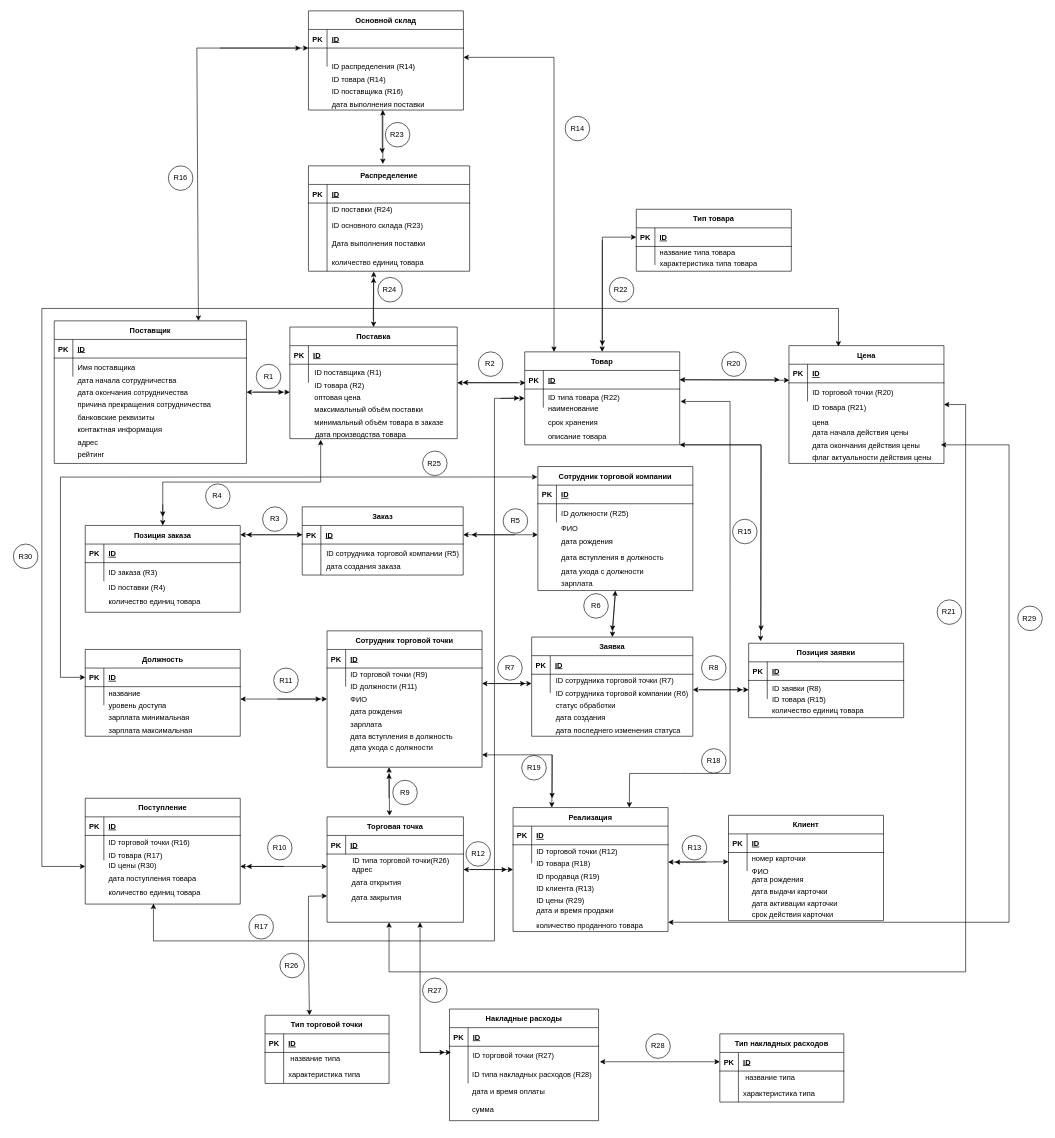
Earlier version of the draw.io diagram docs/diagrams/ER.drawio (Wact/nstu-fami-7semester-dbes-project). Source tidied: cells renumbered, new cells numbered last; positions are measured from the earlier drawing's top-left corner, leaving out a move shared by most shapes. Both pictures are drawn from the tidied source at 62%, with x=0, y=0 at pixel (11, 11).
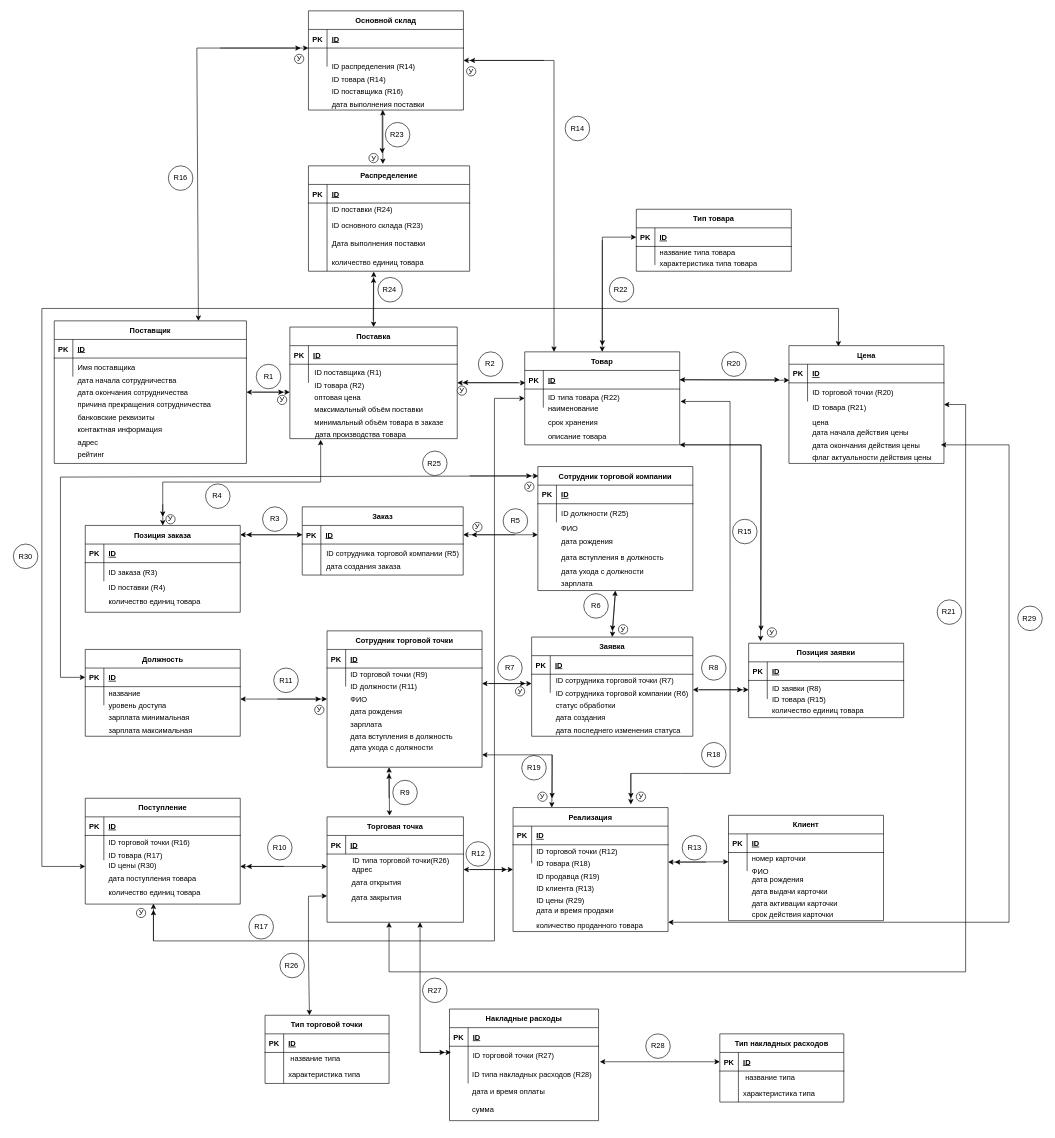
The same diagram, later.

Unchanged cells that the change refers to:
```xml
<mxCell id="3" value="Товар" style="shape=table;startSize=30;childLayout=tableLayout;rowLines=0;fontStyle=1;align=center;" parent="2" vertex="1">
  <mxGeometry width="250" height="150" as="geometry" />
</mxCell>
<mxCell id="60" value="Сотрудник торговой компании" style="shape=table;startSize=30;childLayout=tableLayout;rowLines=0;fontStyle=1;align=center;" parent="59" vertex="1">
  <mxGeometry width="250" height="200" as="geometry" />
</mxCell>
<mxCell id="158" style="shape=partialRectangle;fillColor=none;points=[[0,0.5],[1,0.5]];portConstraint=eastwest;top=0;left=0;right=0;bottom=1;" parent="157" vertex="1">
  <mxGeometry y="30" width="250" height="30" as="geometry" />
</mxCell>
<mxCell id="171" style="group;" parent="1" vertex="1">
  <mxGeometry x="120" y="1270" width="250" height="252.5" as="geometry" />
</mxCell>
<mxCell id="187" value="Реализация" style="shape=table;startSize=30;childLayout=tableLayout;rowLines=0;fontStyle=1;align=center;" parent="186" vertex="1">
  <mxGeometry width="250" height="200" as="geometry" />
</mxCell>
<mxCell id="311" style="shape=partialRectangle;fillColor=none;points=[[0,0.5],[1,0.5]];portConstraint=eastwest;top=0;left=0;right=0;bottom=0;" parent="307" vertex="1">
  <mxGeometry y="60" width="250" height="30" as="geometry" />
</mxCell>
```

The edit, as a diff of the source:
```diff
@@
+    <mxCell id="419" value="У" style="ellipse;whiteSpace=wrap;html=1;" parent="171" vertex="1">
+      <mxGeometry x="82.5" y="177.5" width="15" height="15" as="geometry" />
+    </mxCell>
@@
-    <mxCell id="260" style="endArrow=classic;startArrow=classic;html=1;rounded=0;entryX=1;entryY=0.5;entryDx=0;entryDy=0;exitX=0.189;exitY=0;exitDx=0;exitDy=0;exitPerimeter=0;" parent="1" edge="1" source="3" target="311">
+    <mxCell id="260" style="endArrow=classic;startArrow=classic;html=1;rounded=0;exitX=0.189;exitY=0;exitDx=0;exitDy=0;exitPerimeter=0;" parent="1" edge="1" source="3">
       <mxGeometry relative="1" as="geometry">
+        <mxPoint x="730" y="80" as="targetPoint" />
         <Array as="points">
-          <mxPoint x="876" y="75" />
+          <mxPoint x="876" y="80" />
         </Array>
       </mxGeometry>
     </mxCell>
@@
-    <mxCell id="265" style="endArrow=classic;startArrow=classic;html=1;rounded=0;exitX=0.75;exitY=0;exitDx=0;exitDy=0;" parent="1" edge="1" source="187">
+    <mxCell id="265" style="endArrow=classic;startArrow=classic;html=1;rounded=0;" parent="1" edge="1">
       <mxGeometry relative="1" as="geometry">
+        <mxPoint x="1000" y="1280" as="sourcePoint" />
         <mxPoint x="1080" y="630" as="targetPoint" />
         <Array as="points">
-          <mxPoint x="998" y="1230" />
+          <mxPoint x="1000" y="1230" />
           <mxPoint x="1080" y="1230" />
           <mxPoint x="1160" y="1230" />
           <mxPoint x="1160" y="930" />
           <mxPoint x="1160" y="630" />
         </Array>
       </mxGeometry>
     </mxCell>
     <mxCell id="266" style="group;" parent="1" vertex="1">
-      <mxGeometry x="1110" y="1190" width="47.5" height="40" as="geometry" />
+      <mxGeometry x="1110" y="1180" width="47.5" height="40" as="geometry" />
     </mxCell>
@@
-    <mxCell id="277" style="endArrow=classic;html=1;rounded=0;" parent="1" edge="1">
-      <mxGeometry relative="1" as="geometry">
-        <mxPoint x="790" y="625" as="sourcePoint" />
-        <mxPoint x="820" y="624.5" as="targetPoint" />
-      </mxGeometry>
-    </mxCell>
@@
-    <mxCell id="393" style="endArrow=classic;startArrow=classic;html=1;rounded=0;exitX=0;exitY=0.5;exitDx=0;exitDy=0;entryX=-0.003;entryY=0.084;entryDx=0;entryDy=0;entryPerimeter=0;" parent="1" edge="1" source="158" target="60">
+    <mxCell id="393" style="endArrow=classic;startArrow=classic;html=1;rounded=0;exitX=0;exitY=0.5;exitDx=0;exitDy=0;entryX=0.003;entryY=0.076;entryDx=0;entryDy=0;entryPerimeter=0;" parent="1" edge="1" source="158" target="60">
       <mxGeometry relative="1" as="geometry">
         <Array as="points">
           <mxPoint x="80" y="1075" />
           <mxPoint x="80" y="752" />
         </Array>
       </mxGeometry>
     </mxCell>
@@
+    <mxCell id="420" value="У" style="ellipse;whiteSpace=wrap;html=1;" parent="1" vertex="1">
+      <mxGeometry x="430" y="620" width="15" height="15" as="geometry" />
+    </mxCell>
+    <mxCell id="421" value="У" style="ellipse;whiteSpace=wrap;html=1;" parent="1" vertex="1">
+      <mxGeometry x="457.5" y="70" width="15" height="15" as="geometry" />
+    </mxCell>
+    <mxCell id="422" value="У" style="ellipse;whiteSpace=wrap;html=1;" parent="1" vertex="1">
+      <mxGeometry x="577.5" y="230" width="15" height="15" as="geometry" />
+    </mxCell>
+    <mxCell id="423" value="У" style="ellipse;whiteSpace=wrap;html=1;" parent="1" vertex="1">
+      <mxGeometry x="250" y="812.5" width="15" height="15" as="geometry" />
+    </mxCell>
+    <mxCell id="424" value="У" style="ellipse;whiteSpace=wrap;html=1;" parent="1" vertex="1">
+      <mxGeometry x="720" y="605" width="15" height="15" as="geometry" />
+    </mxCell>
+    <mxCell id="425" value="У" style="ellipse;whiteSpace=wrap;html=1;" parent="1" vertex="1">
+      <mxGeometry x="1220" y="995" width="15" height="15" as="geometry" />
+    </mxCell>
+    <mxCell id="426" style="endArrow=classic;html=1;rounded=0;" parent="1" edge="1">
+      <mxGeometry relative="1" as="geometry">
+        <mxPoint x="860" y="80" as="sourcePoint" />
+        <mxPoint x="740" y="80" as="targetPoint" />
+      </mxGeometry>
+    </mxCell>
+    <mxCell id="427" value="У" style="ellipse;whiteSpace=wrap;html=1;" parent="1" vertex="1">
+      <mxGeometry x="735" y="90" width="15" height="15" as="geometry" />
+    </mxCell>
+    <mxCell id="428" style="endArrow=classic;html=1;rounded=0;" parent="1" edge="1">
+      <mxGeometry relative="1" as="geometry">
+        <mxPoint x="230" y="1500" as="sourcePoint" />
+        <mxPoint x="230" y="1450" as="targetPoint" />
+      </mxGeometry>
+    </mxCell>
+    <mxCell id="429" style="endArrow=classic;html=1;rounded=0;" parent="1" edge="1">
+      <mxGeometry relative="1" as="geometry">
+        <mxPoint x="1000" y="1230" as="sourcePoint" />
+        <mxPoint x="1000" y="1270" as="targetPoint" />
+      </mxGeometry>
+    </mxCell>
+    <mxCell id="430" value="У" style="ellipse;whiteSpace=wrap;html=1;" parent="1" vertex="1">
+      <mxGeometry x="1008.8" y="1260" width="15" height="15" as="geometry" />
+    </mxCell>
+    <mxCell id="431" value="У" style="ellipse;whiteSpace=wrap;html=1;" parent="1" vertex="1">
+      <mxGeometry x="745" y="825" width="15" height="15" as="geometry" />
+    </mxCell>
+    <mxCell id="432" value="У" style="ellipse;whiteSpace=wrap;html=1;" parent="1" vertex="1">
+      <mxGeometry x="980" y="990" width="15" height="15" as="geometry" />
+    </mxCell>
+    <mxCell id="433" value="У" style="ellipse;whiteSpace=wrap;html=1;" parent="1" vertex="1">
+      <mxGeometry x="813.8" y="1090" width="15" height="15" as="geometry" />
+    </mxCell>
+    <mxCell id="434" value="У" style="ellipse;whiteSpace=wrap;html=1;" parent="1" vertex="1">
+      <mxGeometry x="850" y="1260" width="15" height="15" as="geometry" />
+    </mxCell>
+    <mxCell id="435" value="У" style="ellipse;whiteSpace=wrap;html=1;" parent="1" vertex="1">
+      <mxGeometry x="490" y="1120" width="15" height="15" as="geometry" />
+    </mxCell>
+    <mxCell id="436" style="endArrow=classic;html=1;rounded=0;" parent="1" edge="1">
+      <mxGeometry relative="1" as="geometry">
+        <mxPoint x="740" y="750" as="sourcePoint" />
+        <mxPoint x="840" y="750" as="targetPoint" />
+      </mxGeometry>
+    </mxCell>
+    <mxCell id="437" value="У" style="ellipse;whiteSpace=wrap;html=1;" parent="1" vertex="1">
+      <mxGeometry x="828.8" y="760" width="15" height="15" as="geometry" />
+    </mxCell>
```
